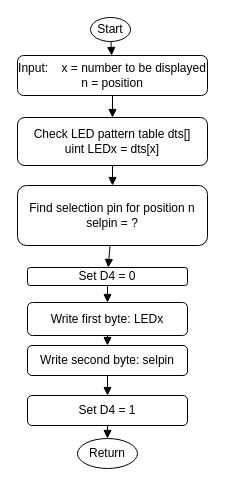
Above: drawio/7Seg_Flowchart.drawio in netCIS0xD/testRepository (draw.io), before the change. Source tidied: cells renumbered, new cells numbered last; positions are measured from the earlier drawing's top-left corner, leaving out a move shared by most shapes. Both pictures are drawn from the tidied source at 100%, with x=0, y=0 at pixel (17, 17).
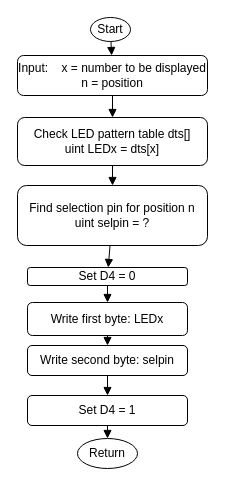
The same page after the edit.

The edit, as a diff of the source:
```diff
@@
 <mxGraphModel>
   <root>
     <mxCell id="0" />
     <mxCell id="1" parent="0" />
     <mxCell id="2" value="Start" style="ellipse;whiteSpace=wrap;html=1;" parent="1" vertex="1">
       <mxGeometry x="73" width="40" height="24" as="geometry" />
     </mxCell>
     <mxCell id="3" value="Input:&amp;nbsp; &amp;nbsp; x = number to be displayed&lt;br&gt;n = position" style="rounded=1;whiteSpace=wrap;html=1;" parent="1" vertex="1">
       <mxGeometry y="38" width="190" height="40" as="geometry" />
     </mxCell>
     <mxCell id="4" value="Check LED pattern table dts[]&#10;uint LEDx = dts[x]" style="rounded=1;whiteSpace=wrap;html=1;" parent="1" vertex="1">
       <mxGeometry y="100" width="190" height="48" as="geometry" />
     </mxCell>
-    <mxCell id="5" value="Find selection pin for position n&#10;selpin = ?" style="rounded=1;whiteSpace=wrap;html=1;" parent="1" vertex="1">
+    <mxCell id="5" value="Find selection pin for position n&lt;br&gt;uint selpin = ?" style="rounded=1;whiteSpace=wrap;html=1;" parent="1" vertex="1">
       <mxGeometry y="168" width="190" height="60" as="geometry" />
     </mxCell>
     <mxCell id="6" value="Set D4 = 0" style="rounded=1;whiteSpace=wrap;html=1;" parent="1" vertex="1">
       <mxGeometry x="10" y="250" width="160" height="18" as="geometry" />
     </mxCell>
     <mxCell id="7" value="Write first byte: LEDx" style="rounded=1;whiteSpace=wrap;html=1;" parent="1" vertex="1">
       <mxGeometry x="10" y="285" width="160" height="33" as="geometry" />
     </mxCell>
     <mxCell id="8" value="Write second byte: selpin" style="rounded=1;whiteSpace=wrap;html=1;" parent="1" vertex="1">
       <mxGeometry x="10" y="328" width="160" height="30" as="geometry" />
     </mxCell>
     <mxCell id="9" value="Set D4 = 1" style="rounded=1;whiteSpace=wrap;html=1;" parent="1" vertex="1">
       <mxGeometry x="10" y="378" width="160" height="30" as="geometry" />
     </mxCell>
     <mxCell id="10" value="Return" style="ellipse;whiteSpace=wrap;html=1;" parent="1" vertex="1">
       <mxGeometry x="60" y="421" width="60" height="30" as="geometry" />
     </mxCell>
     <mxCell id="11" style="endArrow=block;" parent="1" edge="1" source="2" target="3">
       <mxGeometry relative="1" as="geometry" />
     </mxCell>
     <mxCell id="12" style="endArrow=block;" parent="1" edge="1" source="3" target="4">
       <mxGeometry relative="1" as="geometry" />
     </mxCell>
     <mxCell id="13" style="endArrow=block;" parent="1" edge="1" source="4" target="5">
       <mxGeometry relative="1" as="geometry" />
     </mxCell>
     <mxCell id="14" style="endArrow=block;" parent="1" edge="1" source="5" target="6">
       <mxGeometry relative="1" as="geometry" />
     </mxCell>
     <mxCell id="15" style="endArrow=block;" parent="1" edge="1" source="6" target="7">
       <mxGeometry relative="1" as="geometry" />
     </mxCell>
     <mxCell id="16" style="endArrow=block;" parent="1" edge="1" source="7" target="8">
       <mxGeometry relative="1" as="geometry" />
     </mxCell>
     <mxCell id="17" style="endArrow=block;" parent="1" edge="1" source="8" target="9">
       <mxGeometry relative="1" as="geometry" />
     </mxCell>
     <mxCell id="18" style="endArrow=block;" parent="1" edge="1" source="9" target="10">
       <mxGeometry relative="1" as="geometry" />
     </mxCell>
   </root>
 </mxGraphModel>
```
